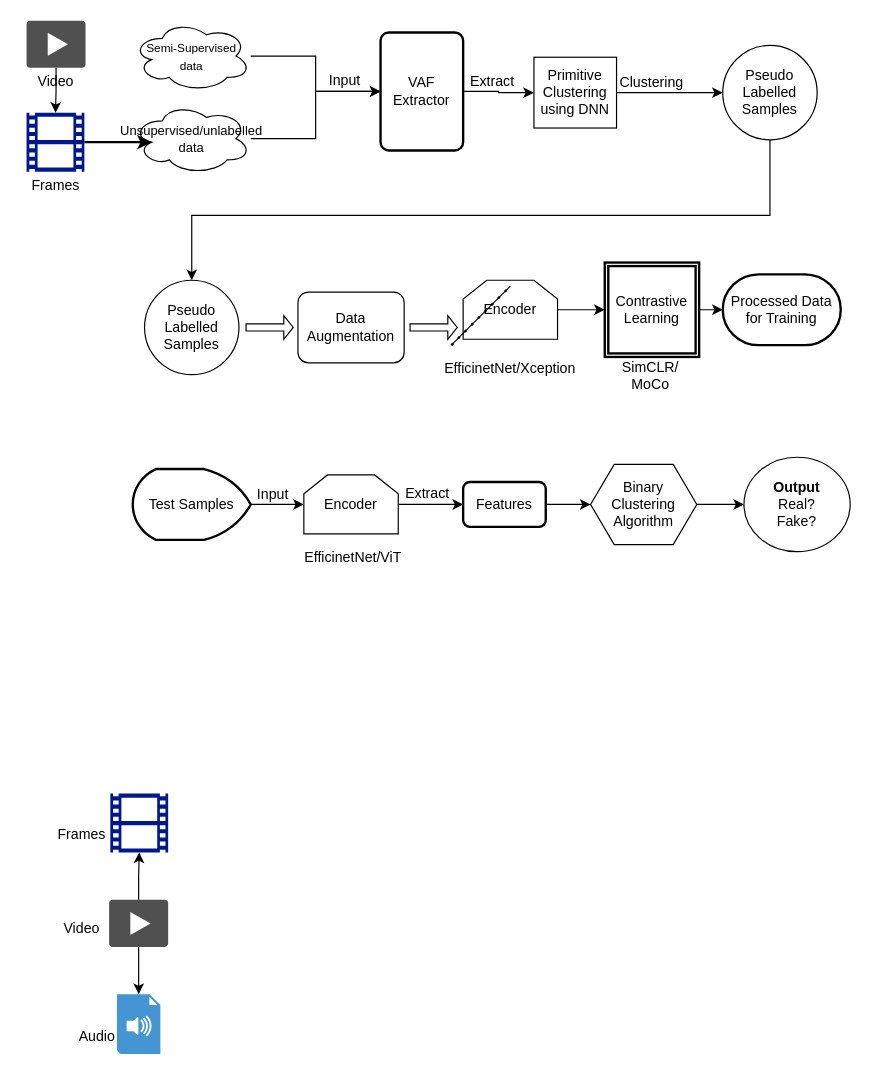
RaghulJ02/chatapp keeps this draw.io diagram as df.drawio. Above is the earlier version. Source tidied: cells renumbered, new cells numbered last; positions are measured from the earlier drawing's top-left corner, leaving out a move shared by most shapes. Both pictures are drawn from the tidied source at 118%, with x=0, y=0 at pixel (20, 20).
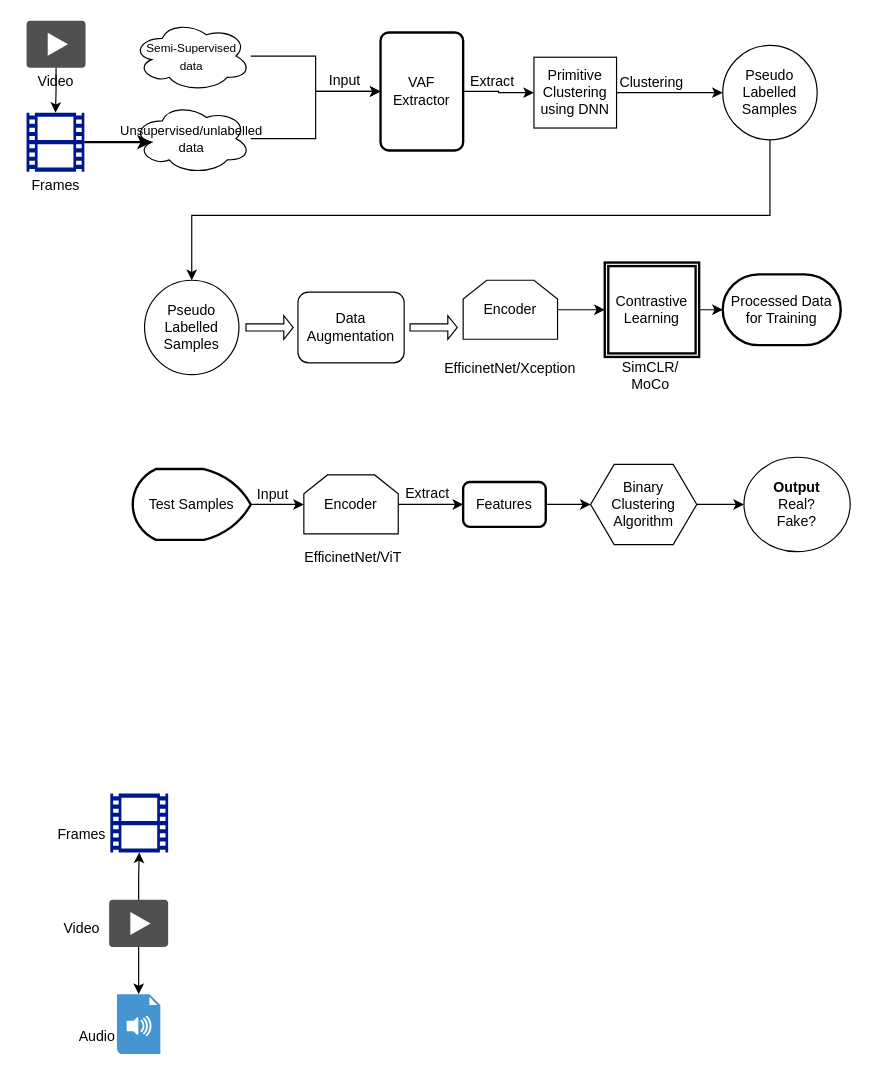
After the change.

Change to the diagram source:
```diff
@@
-    <mxCell id="52" style="endArrow=none;html=1;rounded=0;" parent="1" edge="1">
-      <mxGeometry relative="1" as="geometry">
-        <mxPoint x="365" y="275" as="sourcePoint" />
-        <mxPoint x="415" y="225" as="targetPoint" />
-      </mxGeometry>
-    </mxCell>
-    <mxCell id="53" style="endArrow=none;dashed=1;html=1;dashPattern=1 3;strokeWidth=2;rounded=0;" parent="1" edge="1">
-      <mxGeometry relative="1" as="geometry">
-        <mxPoint x="365" y="275" as="sourcePoint" />
-        <mxPoint x="415" y="225" as="targetPoint" />
-      </mxGeometry>
-    </mxCell>
```
